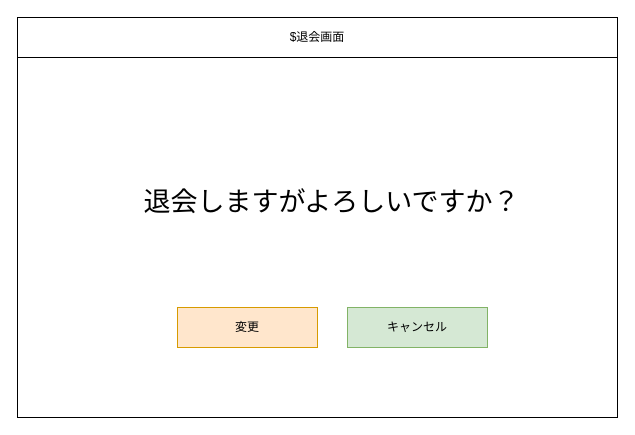
This is レイアウト図/会員画面/会員退会確認画面.drawio from 2022java42-student009/ProjectJava, a draw.io file, before an edit. Source tidied: cells renumbered, new cells numbered last; positions are measured from the earlier drawing's top-left corner, leaving out a move shared by most shapes. Both pictures are drawn from the tidied source at 100%, with x=0, y=0 at pixel (17, 17).
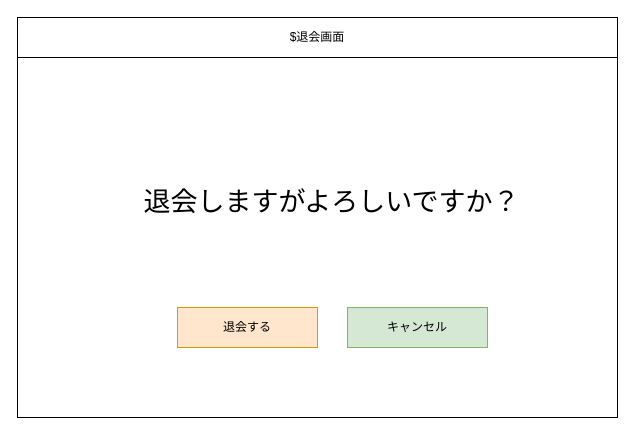
After the change.

Diff of the diagram source:
```diff
@@
 <mxGraphModel>
   <root>
     <mxCell id="0" />
     <mxCell id="1" parent="0" />
     <mxCell id="2" style="rounded=0;whiteSpace=wrap;html=1;" parent="1" vertex="1">
       <mxGeometry width="600" height="400" as="geometry" />
     </mxCell>
     <mxCell id="3" value="$退会画面" style="rounded=0;whiteSpace=wrap;html=1;" parent="1" vertex="1">
       <mxGeometry width="600" height="40" as="geometry" />
     </mxCell>
-    <mxCell id="4" value="変更" style="rounded=0;whiteSpace=wrap;html=1;fillColor=#ffe6cc;strokeColor=#d79b00;" parent="1" vertex="1">
+    <mxCell id="4" value="退会する" style="rounded=0;whiteSpace=wrap;html=1;fillColor=#ffe6cc;strokeColor=#d79b00;" parent="1" vertex="1">
       <mxGeometry x="160" y="290" width="140" height="40" as="geometry" />
     </mxCell>
     <mxCell id="5" value="キャンセル" style="rounded=0;whiteSpace=wrap;html=1;fillColor=#d5e8d4;strokeColor=#82b366;" parent="1" vertex="1">
       <mxGeometry x="330" y="290" width="140" height="40" as="geometry" />
     </mxCell>
     <mxCell id="6" value="退会しますがよろしいですか？" style="text;html=1;strokeColor=none;fillColor=none;align=center;verticalAlign=middle;whiteSpace=wrap;rounded=0;fontSize=27;" parent="1" vertex="1">
       <mxGeometry x="119" y="110" width="391" height="150" as="geometry" />
     </mxCell>
   </root>
 </mxGraphModel>
```
